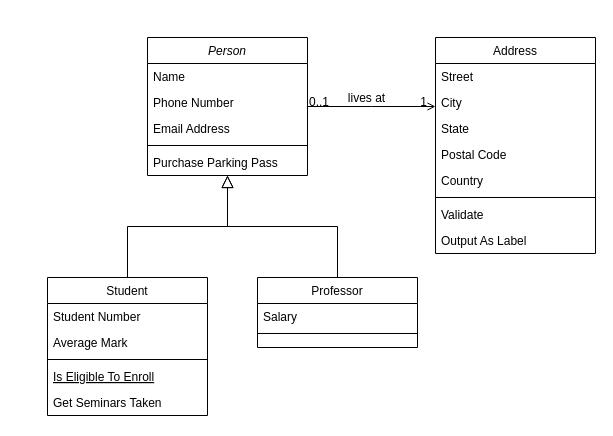
raydoom/drawio keeps this draw.io diagram as 未命名绘图.drawio. Above is the earlier version. Source tidied: cells renumbered, new cells numbered last; positions are measured from the earlier drawing's top-left corner, leaving out a move shared by most shapes. Both pictures are drawn from the tidied source at 100%, with x=0, y=0 at pixel (47, 37).
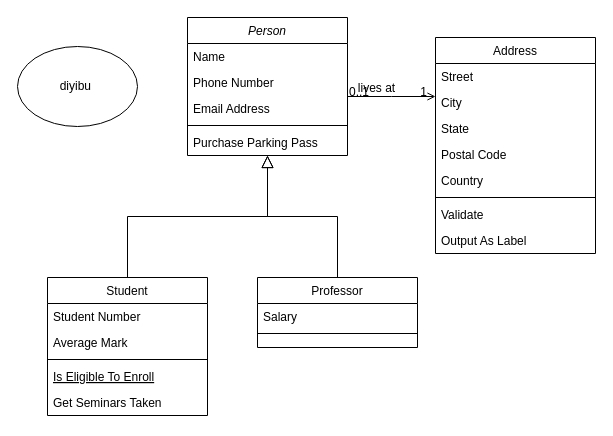
After the change.

The edit, as a diff of the source:
```diff
@@
     <mxCell id="2" value="Person" style="swimlane;fontStyle=2;align=center;verticalAlign=top;horizontal=1;startSize=26;rounded=0;shadow=0;strokeWidth=1;" parent="1" vertex="1">
-      <mxGeometry x="100" width="160" height="138" as="geometry" />
+      <mxGeometry x="140" y="-20" width="160" height="138" as="geometry" />
     </mxCell>
@@
+    <mxCell id="32" value="diyibu&amp;nbsp;" style="ellipse;whiteSpace=wrap;html=1;" parent="1" vertex="1">
+      <mxGeometry x="-30" y="9" width="120" height="80" as="geometry" />
+    </mxCell>
```
